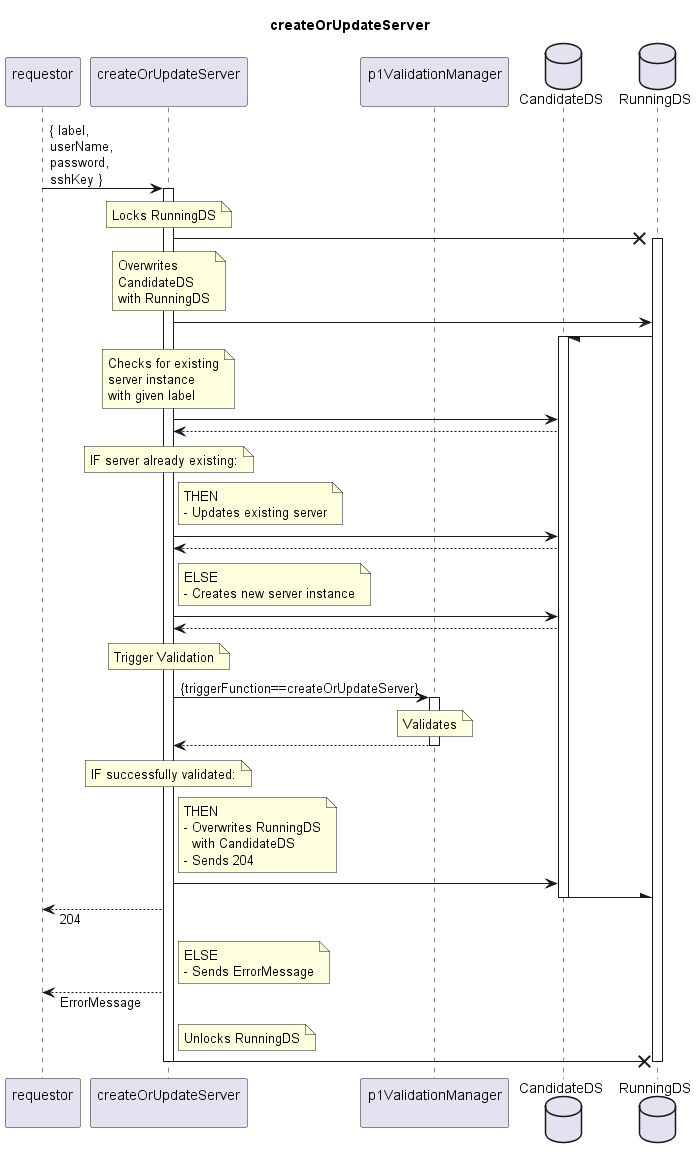
openBackhaul/FirmWareManager keeps this PlantUML diagram as spec/Services/createOrUpdateServer/1.0.0/createOrUpdateServer.png. Above is the earlier version. The source it was exported from:
```plantuml
@startuml createOrUpdateServer
skinparam responseMessageBelowArrow true

title
  createOrUpdateServer
end title

participant "requestor\n" as requestor
participant "createOrUpdateServer\n" as couServer
participant "p1ValidationManager\n" as valiMan
database "CandidateDS" as CanDS
database "RunningDS" as RunDS

requestor -> couServer: { label,\nuserName,\npassword,\nsshKey }
activate couServer

  note over couServer
    Locks RunningDS
  end note
  couServer -X RunDS
  activate RunDS

  note over couServer
    Overwrites
    CandidateDS
    with RunningDS
  end note
  couServer -> RunDS
  RunDS -/ CanDS
  activate CanDS

  note over couServer
    Checks for existing
    server instance
    with given label
  end note
  couServer -> CanDS
  couServer <-- CanDS

  note over couServer
    IF server already existing:
  end note
  note right couServer
    THEN
    - Updates existing server
  end note
  couServer -> CanDS
  couServer <-- CanDS
  note right couServer
    ELSE
    - Creates new server instance
  end note
  couServer -> CanDS
  couServer <-- CanDS

  note over couServer
    Trigger Validation
  end note
  couServer -> valiMan: {triggerFunction==createOrUpdateServer}
  activate valiMan

    note over valiMan
      Validates
    end note

  couServer <-- valiMan
  deactivate valiMan

  note over couServer
    IF successfully validated:
  end note
  note right couServer
    THEN
    - Overwrites RunningDS
      with CandidateDS
    - Sends 204
  end note
  couServer -> CanDS
  CanDS -\ RunDS
  deactivate CanDS
  requestor <-- couServer: 204
  note right couServer
    ELSE
    - Sends ErrorMessage
  end note
  requestor <-- couServer: ErrorMessage

  note right couServer
    Unlocks RunningDS
  end note
  couServer -X RunDS
  deactivate RunDS

deactivate couServer

@enduml
```
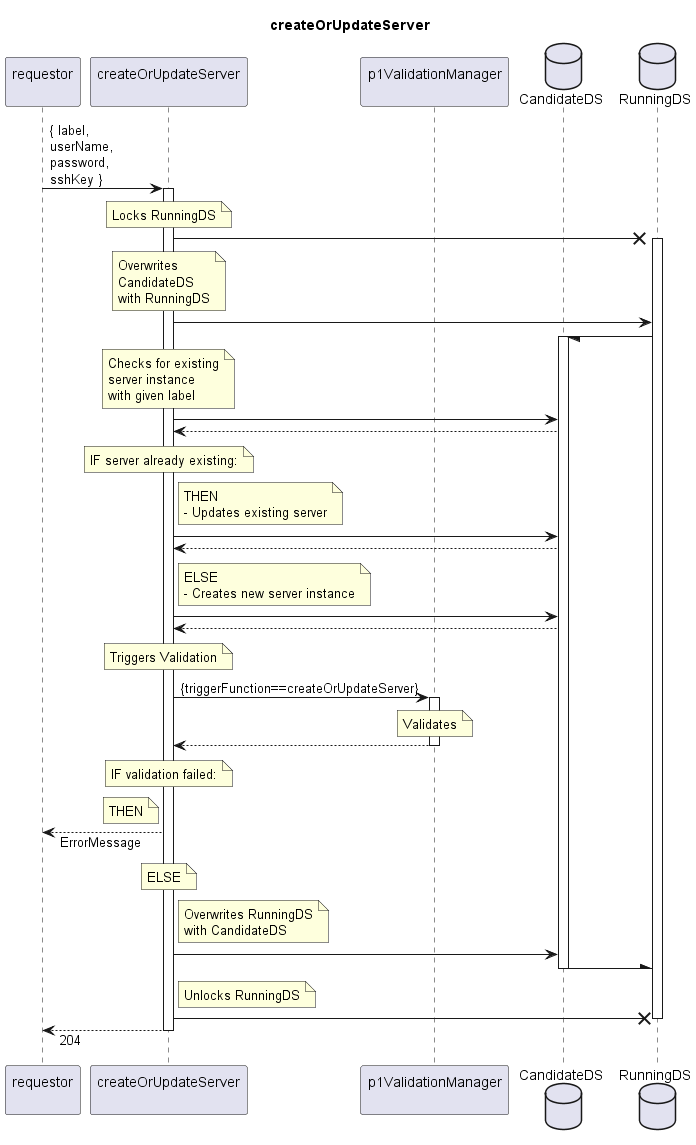
Above is the later version.

The edit, as a diff of the source:
```diff
@@ -36,7 +36,6 @@
   end note
   couServer -> CanDS
   couServer <-- CanDS
-
   note over couServer
     IF server already existing:
   end note
@@ -54,36 +53,33 @@
   couServer <-- CanDS
 
   note over couServer
-    Trigger Validation
+    Triggers Validation
   end note
   couServer -> valiMan: {triggerFunction==createOrUpdateServer}
   activate valiMan
-
     note over valiMan
       Validates
     end note
-
   couServer <-- valiMan
   deactivate valiMan
+  note over couServer
+    IF validation failed:
+  end note
+  note left couServer
+    THEN
+  end note
+  requestor <-- couServer: ErrorMessage
+  note over couServer
+    ELSE
+  end note
 
-  note over couServer
-    IF successfully validated:
-  end note
   note right couServer
-    THEN
-    - Overwrites RunningDS
-      with CandidateDS
-    - Sends 204
+    Overwrites RunningDS
+    with CandidateDS
   end note
   couServer -> CanDS
   CanDS -\ RunDS
   deactivate CanDS
-  requestor <-- couServer: 204
-  note right couServer
-    ELSE
-    - Sends ErrorMessage
-  end note
-  requestor <-- couServer: ErrorMessage
 
   note right couServer
     Unlocks RunningDS
@@ -91,6 +87,8 @@
   couServer -X RunDS
   deactivate RunDS
 
+  requestor <-- couServer: 204
+
 deactivate couServer
 
 @enduml
```
